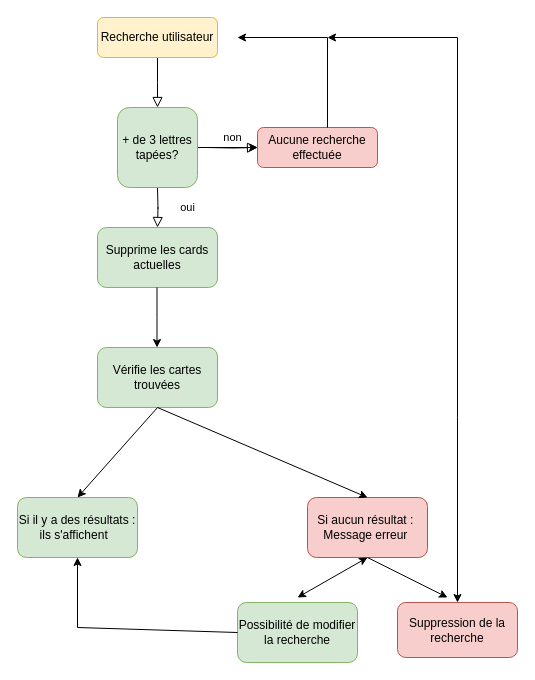
This is schema.drawio from NathWe/PetitsPlats2.0, a draw.io file, before an edit. Source tidied: cells renumbered, new cells numbered last; positions are measured from the earlier drawing's top-left corner, leaving out a move shared by most shapes. Both pictures are drawn from the tidied source at 100%, with x=0, y=0 at pixel (17, 17).
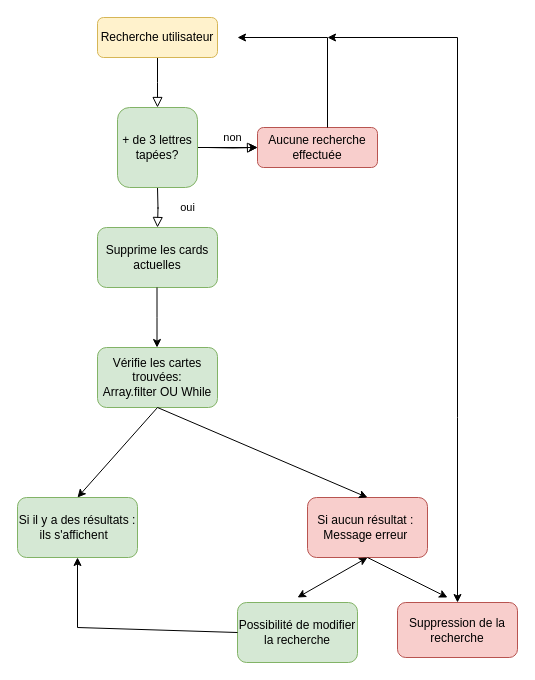
The same page after the edit.

Diff of the diagram source:
```diff
@@
-    <mxCell id="20" value="Vérifie les cartes trouvées" style="rounded=1;whiteSpace=wrap;html=1;fillColor=#d5e8d4;strokeColor=#82b366;" parent="1" vertex="1">
+    <mxCell id="20" value="Vérifie les cartes trouvées:&lt;br&gt;Array.filter OU While" style="rounded=1;whiteSpace=wrap;html=1;fillColor=#d5e8d4;strokeColor=#82b366;" parent="1" vertex="1">
       <mxGeometry x="80" y="330" width="120" height="60" as="geometry" />
     </mxCell>
```
